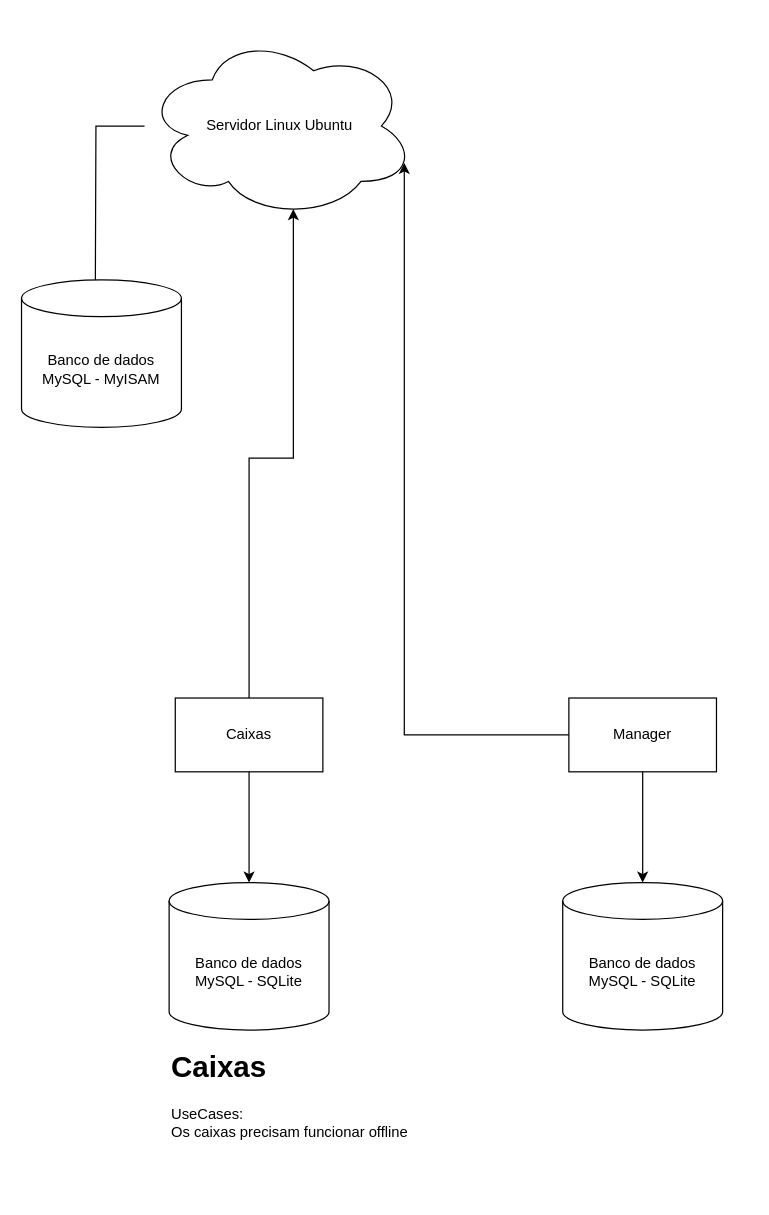
This is Untitled Diagram.drawio from AlexandreSiedschlag/Diagrams, a draw.io file, before an edit. Source tidied: cells renumbered, new cells numbered last; positions are measured from the earlier drawing's top-left corner, leaving out a move shared by most shapes. Both pictures are drawn from the tidied source at 123%, with x=0, y=0 at pixel (21, 33).
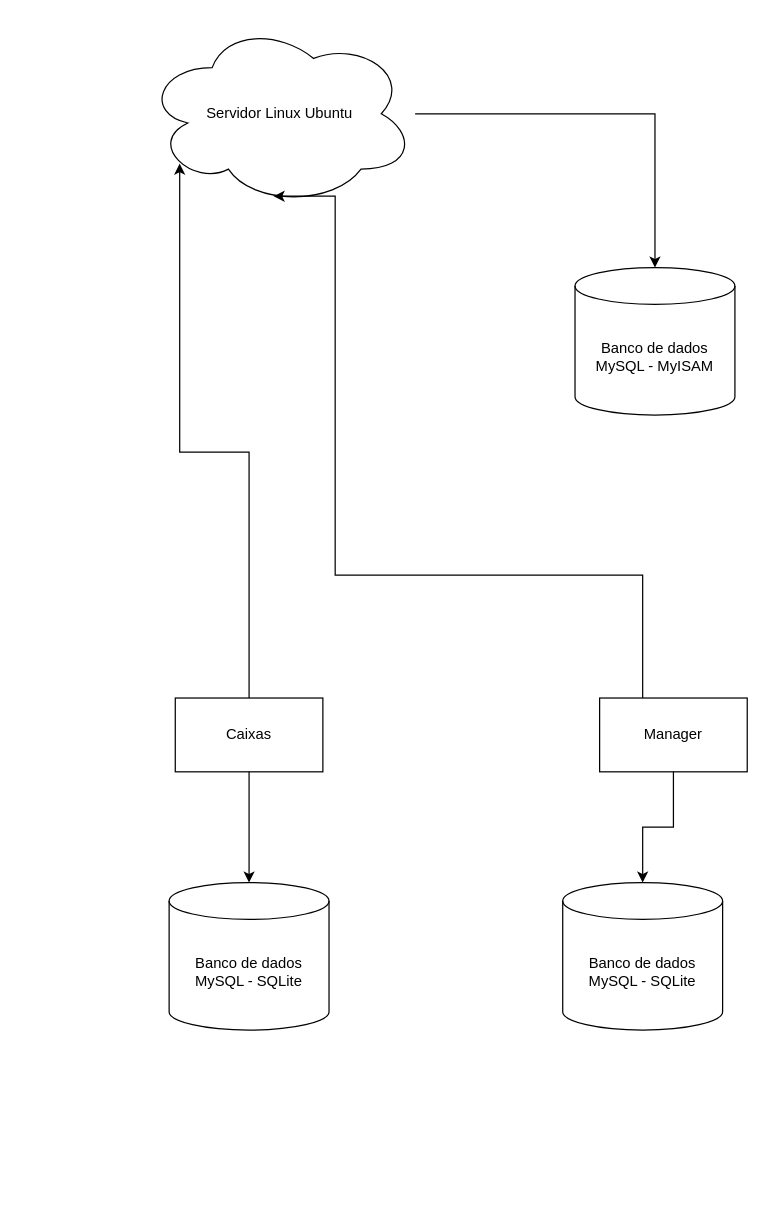
Above is the later version.

What changed in the source:
```diff
@@
 <mxGraphModel>
   <root>
     <mxCell id="0" />
     <mxCell id="1" parent="0" />
-    <mxCell id="2" style="edgeStyle=orthogonalEdgeStyle;rounded=0;jettySize=auto;html=1;" parent="1" edge="1" source="3">
-      <mxGeometry relative="1" as="geometry">
-        <mxPoint x="60" y="210" as="targetPoint" />
-      </mxGeometry>
-    </mxCell>
+    <mxCell id="14" style="edgeStyle=orthogonalEdgeStyle;rounded=0;jettySize=auto;html=1;" parent="1" edge="1" source="3" target="4">
+      <mxGeometry relative="1" as="geometry" />
+    </mxCell>
     <mxCell id="3" value="Servidor Linux Ubuntu" style="ellipse;shape=cloud;whiteSpace=wrap;html=1;" parent="1" vertex="1">
-      <mxGeometry x="100" width="220" height="150" as="geometry" />
+      <mxGeometry x="100" y="-10" width="220" height="150" as="geometry" />
     </mxCell>
     <mxCell id="4" value="Banco de dados&lt;br&gt;MySQL - MyISAM" style="shape=cylinder3;whiteSpace=wrap;html=1;boundedLbl=1;backgroundOutline=1;size=15;" parent="1" vertex="1">
-      <mxGeometry y="200" width="130" height="120" as="geometry" />
+      <mxGeometry x="450" y="190" width="130" height="120" as="geometry" />
     </mxCell>
     <mxCell id="5" value="Banco de dados&lt;br&gt;MySQL - SQLite" style="shape=cylinder3;whiteSpace=wrap;html=1;boundedLbl=1;backgroundOutline=1;size=15;" parent="1" vertex="1">
       <mxGeometry x="120" y="690" width="130" height="120" as="geometry" />
     </mxCell>
     <mxCell id="6" value="Caixas" style="rounded=0;whiteSpace=wrap;html=1;" parent="1" vertex="1">
       <mxGeometry x="125" y="540" width="120" height="60" as="geometry" />
     </mxCell>
     <mxCell id="7" style="edgeStyle=orthogonalEdgeStyle;rounded=0;jettySize=auto;html=1;entryX=0.5;entryY=0;entryDx=0;entryDy=0;entryPerimeter=0;" parent="1" edge="1" source="6" target="5">
       <mxGeometry relative="1" as="geometry" />
     </mxCell>
     <mxCell id="8" value="Banco de dados&lt;br&gt;MySQL - SQLite" style="shape=cylinder3;whiteSpace=wrap;html=1;boundedLbl=1;backgroundOutline=1;size=15;" parent="1" vertex="1">
       <mxGeometry x="440" y="690" width="130" height="120" as="geometry" />
     </mxCell>
     <mxCell id="9" value="Manager" style="rounded=0;whiteSpace=wrap;html=1;" parent="1" vertex="1">
-      <mxGeometry x="445" y="540" width="120" height="60" as="geometry" />
+      <mxGeometry x="470" y="540" width="120" height="60" as="geometry" />
     </mxCell>
     <mxCell id="10" style="edgeStyle=orthogonalEdgeStyle;rounded=0;jettySize=auto;html=1;entryX=0.5;entryY=0;entryDx=0;entryDy=0;entryPerimeter=0;" parent="1" edge="1" source="9" target="8">
       <mxGeometry relative="1" as="geometry" />
     </mxCell>
-    <mxCell id="11" value="&lt;h1 style=&quot;margin-top: 0px;&quot;&gt;Caixas&lt;/h1&gt;&lt;div&gt;UseCases:&lt;br&gt;Os caixas precisam funcionar offline&lt;/div&gt;" style="text;html=1;whiteSpace=wrap;overflow=hidden;rounded=0;" parent="1" vertex="1">
-      <mxGeometry x="120" y="820" width="220" height="120" as="geometry" />
-    </mxCell>
-    <mxCell id="12" style="edgeStyle=orthogonalEdgeStyle;rounded=0;jettySize=auto;html=1;entryX=0.55;entryY=0.95;entryDx=0;entryDy=0;entryPerimeter=0;" parent="1" edge="1" source="6" target="3">
+    <mxCell id="12" style="edgeStyle=orthogonalEdgeStyle;rounded=0;jettySize=auto;html=1;entryX=0.13;entryY=0.77;entryDx=0;entryDy=0;entryPerimeter=0;" parent="1" edge="1" source="6" target="3">
       <mxGeometry relative="1" as="geometry" />
     </mxCell>
-    <mxCell id="13" style="edgeStyle=orthogonalEdgeStyle;rounded=0;jettySize=auto;html=1;entryX=0.96;entryY=0.7;entryDx=0;entryDy=0;entryPerimeter=0;" parent="1" edge="1" source="9" target="3">
-      <mxGeometry relative="1" as="geometry" />
+    <mxCell id="13" style="edgeStyle=orthogonalEdgeStyle;rounded=0;jettySize=auto;html=1;entryX=0.477;entryY=0.947;entryDx=0;entryDy=0;entryPerimeter=0;" parent="1" edge="1" source="9" target="3">
+      <mxGeometry relative="1" as="geometry">
+        <Array as="points">
+          <mxPoint x="505" y="440" />
+          <mxPoint x="255" y="440" />
+        </Array>
+      </mxGeometry>
     </mxCell>
   </root>
 </mxGraphModel>
```
